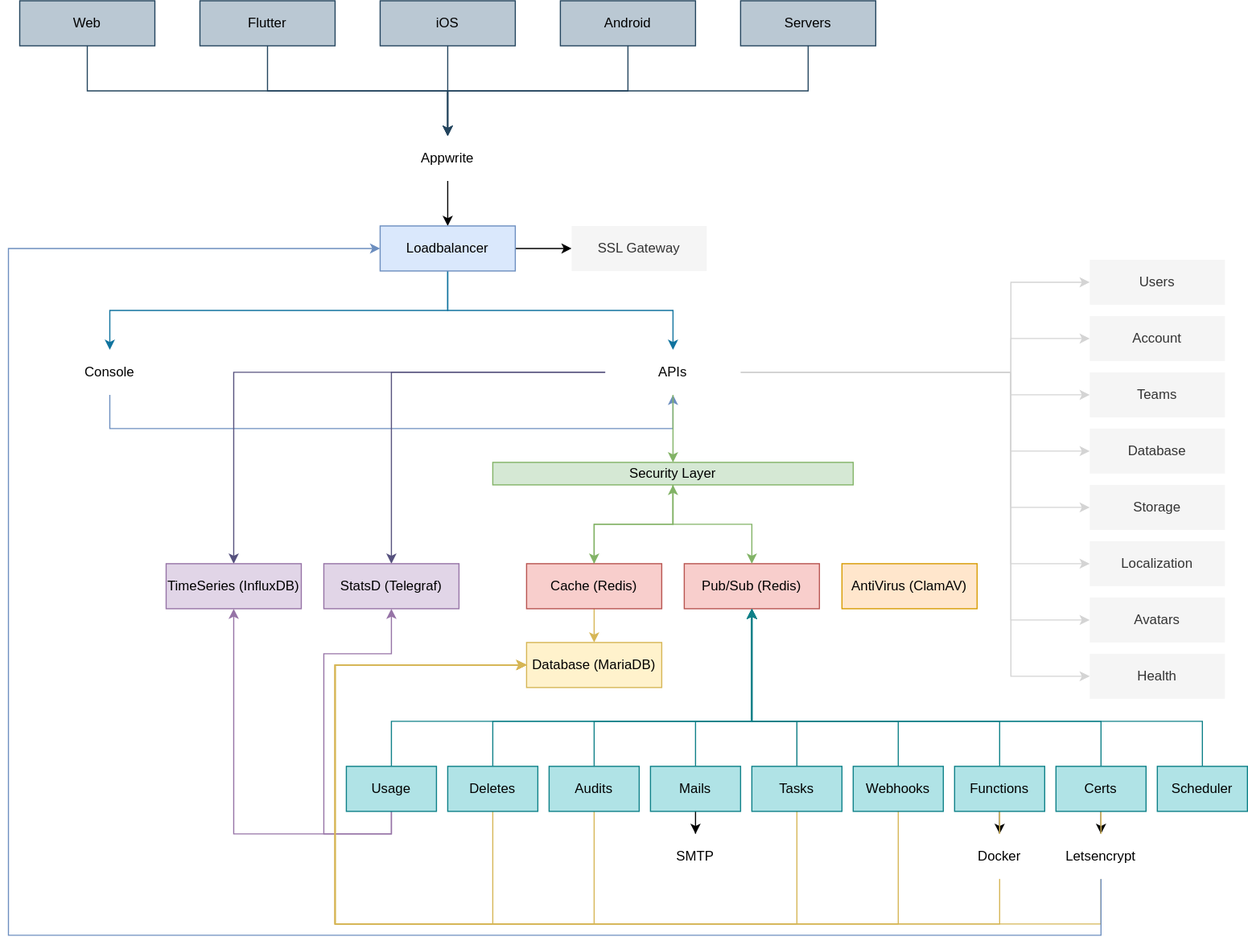
Earlier version of the draw.io export docs/specs/overview.drawio.svg (silverknight59222/appwrite). Source tidied: cells renumbered, new cells last; positions are measured from the earlier drawing's top-left corner, leaving out a move shared by most shapes.
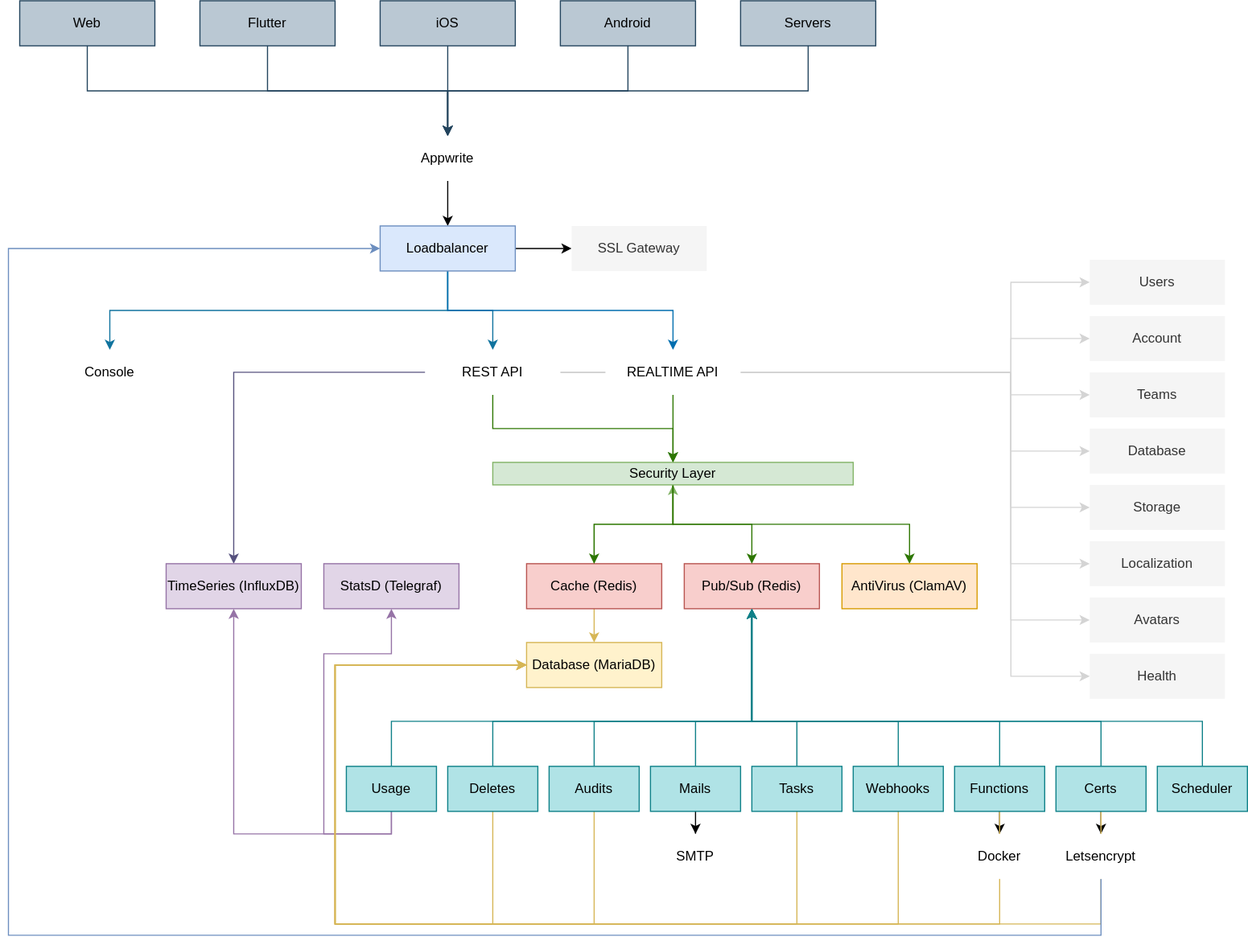
After the change.

Diff of the diagram source:
```diff
@@ -51,17 +51,12 @@
     <mxCell id="16" style="edgeStyle=orthogonalEdgeStyle;rounded=0;jettySize=auto;html=1;exitX=0.5;exitY=1;exitDx=0;exitDy=0;entryX=0.5;entryY=0;entryDx=0;entryDy=0;fillColor=#b1ddf0;strokeColor=#10739e;" parent="1" edge="1" source="17" target="19">
       <mxGeometry relative="1" as="geometry" />
     </mxCell>
+    <mxCell id="86" style="edgeStyle=orthogonalEdgeStyle;rounded=0;jettySize=auto;html=1;exitX=0.5;exitY=1;exitDx=0;exitDy=0;entryX=0.5;entryY=0;entryDx=0;entryDy=0;fillColor=#1ba1e2;strokeColor=#006EAF;" parent="1" edge="1" source="17" target="89">
+      <mxGeometry relative="1" as="geometry" />
+    </mxCell>
     <mxCell id="17" value="Loadbalancer" style="rounded=0;whiteSpace=wrap;html=1;strokeColor=#6c8ebf;fillColor=#dae8fc;fontColor=#000000;labelBorderColor=none;" parent="1" vertex="1">
       <mxGeometry x="330" y="200" width="120" height="40" as="geometry" />
     </mxCell>
-    <mxCell id="18" style="edgeStyle=orthogonalEdgeStyle;rounded=0;jettySize=auto;html=1;exitX=0.5;exitY=1;exitDx=0;exitDy=0;entryX=0.5;entryY=1;entryDx=0;entryDy=0;fillColor=#dae8fc;strokeColor=#6c8ebf;" parent="1" edge="1" source="19" target="31">
-      <mxGeometry relative="1" as="geometry">
-        <Array as="points">
-          <mxPoint x="90" y="380" />
-          <mxPoint x="590" y="380" />
-        </Array>
-      </mxGeometry>
-    </mxCell>
     <mxCell id="19" value="Console" style="rounded=0;whiteSpace=wrap;html=1;strokeColor=none;" parent="1" vertex="1">
       <mxGeometry x="30" y="310" width="120" height="40" as="geometry" />
     </mxCell>
@@ -121,13 +116,10 @@
         </Array>
       </mxGeometry>
     </mxCell>
-    <mxCell id="27" style="edgeStyle=orthogonalEdgeStyle;rounded=0;jettySize=auto;html=1;exitX=0;exitY=0.5;exitDx=0;exitDy=0;fillColor=#d0cee2;strokeColor=#56517e;" parent="1" edge="1" source="31" target="75">
-      <mxGeometry relative="1" as="geometry" />
-    </mxCell>
     <mxCell id="28" style="edgeStyle=orthogonalEdgeStyle;rounded=0;jettySize=auto;html=1;exitX=0;exitY=0.5;exitDx=0;exitDy=0;fillColor=#d0cee2;strokeColor=#56517e;" parent="1" edge="1" source="31" target="76">
       <mxGeometry relative="1" as="geometry" />
     </mxCell>
-    <mxCell id="29" style="edgeStyle=orthogonalEdgeStyle;rounded=0;jettySize=auto;html=1;exitX=0.5;exitY=1;exitDx=0;exitDy=0;entryX=0.5;entryY=0;entryDx=0;entryDy=0;fillColor=#d5e8d4;strokeColor=#82b366;" parent="1" edge="1" source="31" target="51">
+    <mxCell id="29" style="edgeStyle=orthogonalEdgeStyle;rounded=0;jettySize=auto;html=1;exitX=0.5;exitY=1;exitDx=0;exitDy=0;entryX=0.5;entryY=0;entryDx=0;entryDy=0;fillColor=#60a917;strokeColor=#2D7600;" parent="1" edge="1" source="31" target="51">
       <mxGeometry relative="1" as="geometry" />
     </mxCell>
     <mxCell id="30" style="edgeStyle=orthogonalEdgeStyle;rounded=0;jettySize=auto;html=1;exitX=1;exitY=0.5;exitDx=0;exitDy=0;strokeColor=#D4D4D4;" parent="1" edge="1" source="31" target="39">
@@ -138,8 +130,8 @@
         </Array>
       </mxGeometry>
     </mxCell>
-    <mxCell id="31" value="APIs" style="rounded=0;whiteSpace=wrap;html=1;strokeColor=none;" parent="1" vertex="1">
-      <mxGeometry x="530" y="310" width="120" height="40" as="geometry" />
+    <mxCell id="31" value="REST API" style="rounded=0;whiteSpace=wrap;html=1;strokeColor=none;" parent="1" vertex="1">
+      <mxGeometry x="370" y="310" width="120" height="40" as="geometry" />
     </mxCell>
     <mxCell id="32" value="Pub/Sub (Redis)" style="rounded=0;whiteSpace=wrap;html=1;strokeColor=#b85450;fillColor=#f8cecc;fontColor=#000000;labelBorderColor=none;" parent="1" vertex="1">
       <mxGeometry x="600" y="500" width="120" height="40" as="geometry" />
@@ -203,12 +195,15 @@
     <mxCell id="48" value="Deletes" style="rounded=0;whiteSpace=wrap;html=1;strokeColor=#0e8088;fillColor=#b0e3e6;fontColor=#000000;labelBorderColor=none;" parent="1" vertex="1">
       <mxGeometry x="390" y="680" width="80" height="40" as="geometry" />
     </mxCell>
-    <mxCell id="49" style="edgeStyle=orthogonalEdgeStyle;rounded=0;jettySize=auto;html=1;exitX=0.5;exitY=1;exitDx=0;exitDy=0;strokeColor=#82b366;fillColor=#d5e8d4;" parent="1" edge="1" source="51" target="35">
+    <mxCell id="49" style="edgeStyle=orthogonalEdgeStyle;rounded=0;jettySize=auto;html=1;exitX=0.5;exitY=1;exitDx=0;exitDy=0;strokeColor=#2D7600;fillColor=#60a917;" parent="1" edge="1" source="51" target="35">
       <mxGeometry relative="1" as="geometry" />
     </mxCell>
-    <mxCell id="50" style="edgeStyle=orthogonalEdgeStyle;rounded=0;jettySize=auto;html=1;exitX=0.5;exitY=1;exitDx=0;exitDy=0;strokeColor=#82b366;fillColor=#d5e8d4;" parent="1" edge="1" source="51" target="32">
+    <mxCell id="50" style="edgeStyle=orthogonalEdgeStyle;rounded=0;jettySize=auto;html=1;exitX=0.5;exitY=1;exitDx=0;exitDy=0;strokeColor=#2D7600;fillColor=#60a917;" parent="1" edge="1" source="51" target="32">
       <mxGeometry relative="1" as="geometry" />
     </mxCell>
+    <mxCell id="87" style="edgeStyle=orthogonalEdgeStyle;rounded=0;jettySize=auto;html=1;exitX=0.5;exitY=1;exitDx=0;exitDy=0;entryX=0.5;entryY=0;entryDx=0;entryDy=0;fillColor=#60a917;strokeColor=#2D7600;" parent="1" edge="1" source="51" target="85">
+      <mxGeometry relative="1" as="geometry" />
+    </mxCell>
     <mxCell id="51" value="Security Layer" style="rounded=0;whiteSpace=wrap;html=1;strokeColor=#82b366;fillColor=#d5e8d4;fontColor=#000000;labelBorderColor=none;" parent="1" vertex="1">
       <mxGeometry x="430" y="410" width="320" height="20" as="geometry" />
     </mxCell>
@@ -403,5 +398,11 @@
     <mxCell id="85" value="AntiVirus (ClamAV)" style="rounded=0;whiteSpace=wrap;html=1;strokeColor=#d79b00;fillColor=#ffe6cc;fontColor=#000000;labelBorderColor=none;" parent="1" vertex="1">
       <mxGeometry x="740" y="500" width="120" height="40" as="geometry" />
     </mxCell>
+    <mxCell id="88" style="edgeStyle=orthogonalEdgeStyle;rounded=0;jettySize=auto;html=1;exitX=0.5;exitY=1;exitDx=0;exitDy=0;entryX=0.5;entryY=0;entryDx=0;entryDy=0;fillColor=#60a917;strokeColor=#2D7600;" parent="1" edge="1" source="89" target="51">
+      <mxGeometry relative="1" as="geometry" />
+    </mxCell>
+    <mxCell id="89" value="REALTIME API" style="rounded=0;whiteSpace=wrap;html=1;strokeColor=none;" parent="1" vertex="1">
+      <mxGeometry x="530" y="310" width="120" height="40" as="geometry" />
+    </mxCell>
   </root>
 </mxGraphModel>
```
